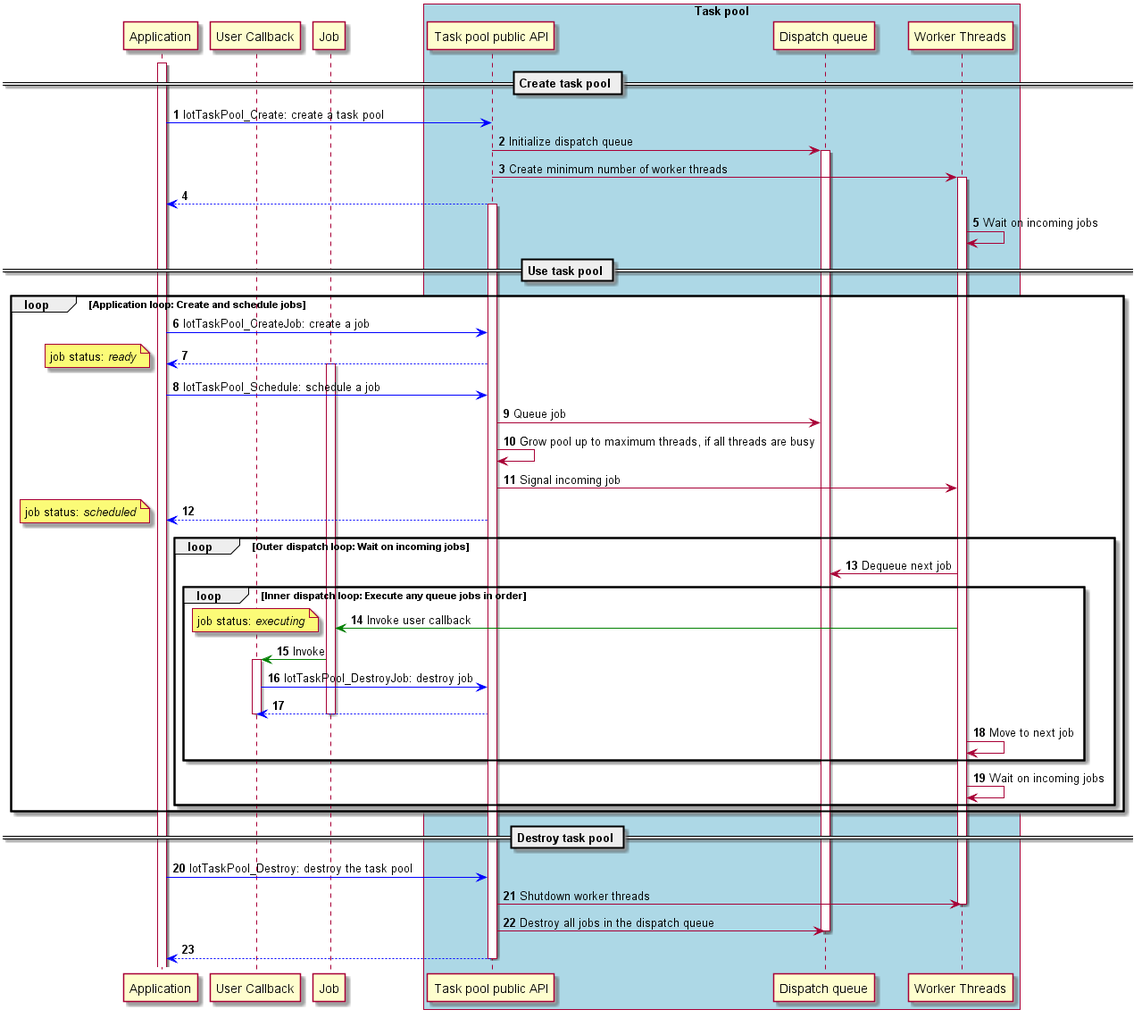
This is doc/plantuml/images/taskpool_design_typicaloperation.png from aws/aws-iot-device-sdk-embedded-C, a PlantUML export, as it was before one commit.
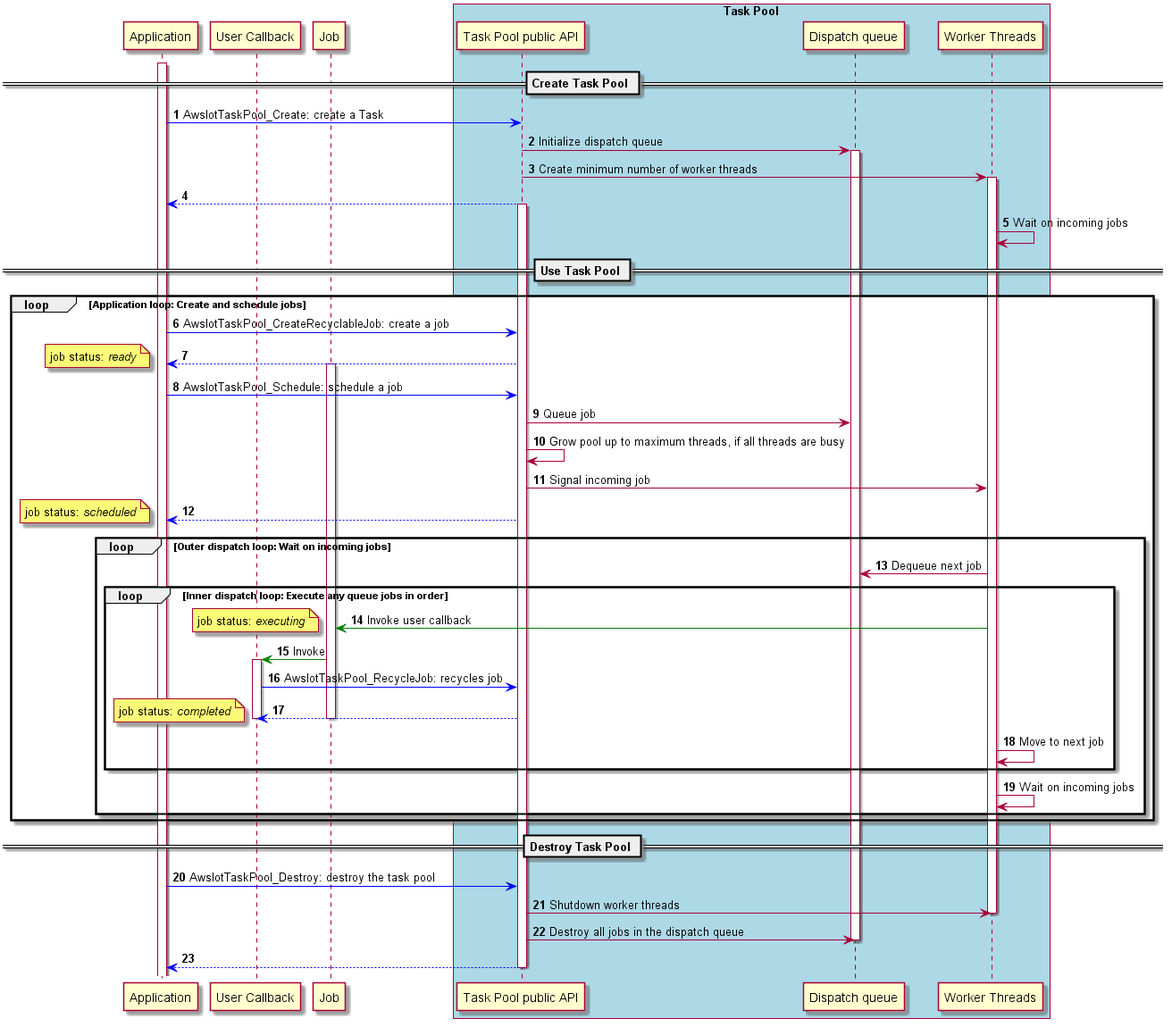
The same file after the commit.

The edit, as a diff of the source:
```diff
@@ -7,21 +7,21 @@
 participant "User Callback" as callback
 participant "Job" as job
 
-participant "Task pool public API" as TP
+participant "Task Pool public API" as TP
 participant "Dispatch queue" as queue
 participant "Worker Threads" as workers
 
-box "Task pool" #LightBlue
+box "Task Pool" #LightBlue
     participant TP
     participant queue
     participant workers
 end box
 
-== Create task pool ==
+== Create Task Pool ==
 
 activate app
 
-app -[#blue]> TP: IotTaskPool_Create: create a task pool
+app -[#blue]> TP: AwsIotTaskPool_Create: create a Task
 TP -> queue: Initialize dispatch queue
 activate queue
 TP -> workers: Create minimum number of worker threads
@@ -30,15 +30,15 @@
 activate TP
 workers -> workers: Wait on incoming jobs
 
-== Use task pool ==
+== Use Task Pool ==
 
 loop Application loop: Create and schedule jobs
-	app -[#blue]> TP: IotTaskPool_CreateJob: create a job
+	app -[#blue]> TP: AwsIotTaskPool_CreateRecyclableJob: create a job
 	TP --[#blue]> app
 	activate job
 	note left: job status: //ready//
 
-	app -[#blue]> TP: IotTaskPool_Schedule: schedule a job
+	app -[#blue]> TP: AwsIotTaskPool_Schedule: schedule a job
 	TP -> queue: Queue job
 	TP -> TP: Grow pool up to maximum threads, if all threads are busy
 	TP -> workers: Signal incoming job
@@ -52,8 +52,9 @@
 			note left: job status: //executing//
 			job -[#green]> callback: Invoke
 			activate callback
-			callback -[#blue]> TP: IotTaskPool_DestroyJob: destroy job
+			callback -[#blue]> TP: AwsIotTaskPool_RecycleJob: recycles job
 			TP --[#blue]> callback
+			note left: job status: //completed//
 			deactivate job
 			deactivate callback
 			workers -> workers: Move to next job
@@ -63,9 +64,9 @@
 
 end
 
-== Destroy task pool ==
+== Destroy Task Pool ==
 
-    app -[#blue]> TP: IotTaskPool_Destroy: destroy the task pool
+    app -[#blue]> TP: AwsIotTaskPool_Destroy: destroy the task pool
 	TP -> workers: Shutdown worker threads
 	deactivate workers
 	TP -> queue: Destroy all jobs in the dispatch queue
```
